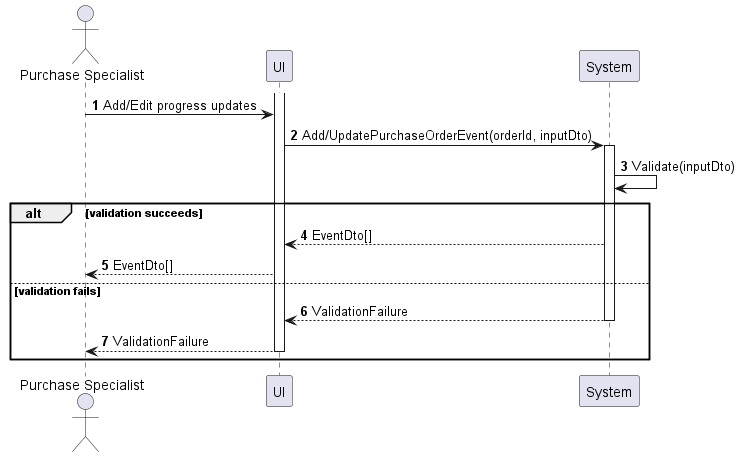
Before: sequences/purchase-order-update-progress.png, a diagram exported from PlantUML (phihungha/scmss-reqs).
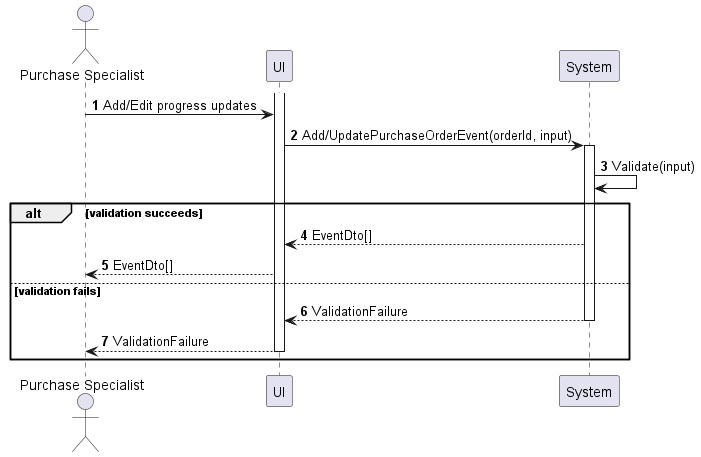
The same diagram one commit later.

What changed in the source:
```diff
@@ -7,9 +7,9 @@
 
 activate f
 a -> f : Add/Edit progress updates
-f -> b : Add/UpdatePurchaseOrderEvent(orderId, inputDto)
+f -> b : Add/UpdatePurchaseOrderEvent(orderId, input)
 activate b
-b -> b : Validate(inputDto)
+b -> b : Validate(input)
 
 alt validation succeeds
     b --> f : EventDto[]
```
